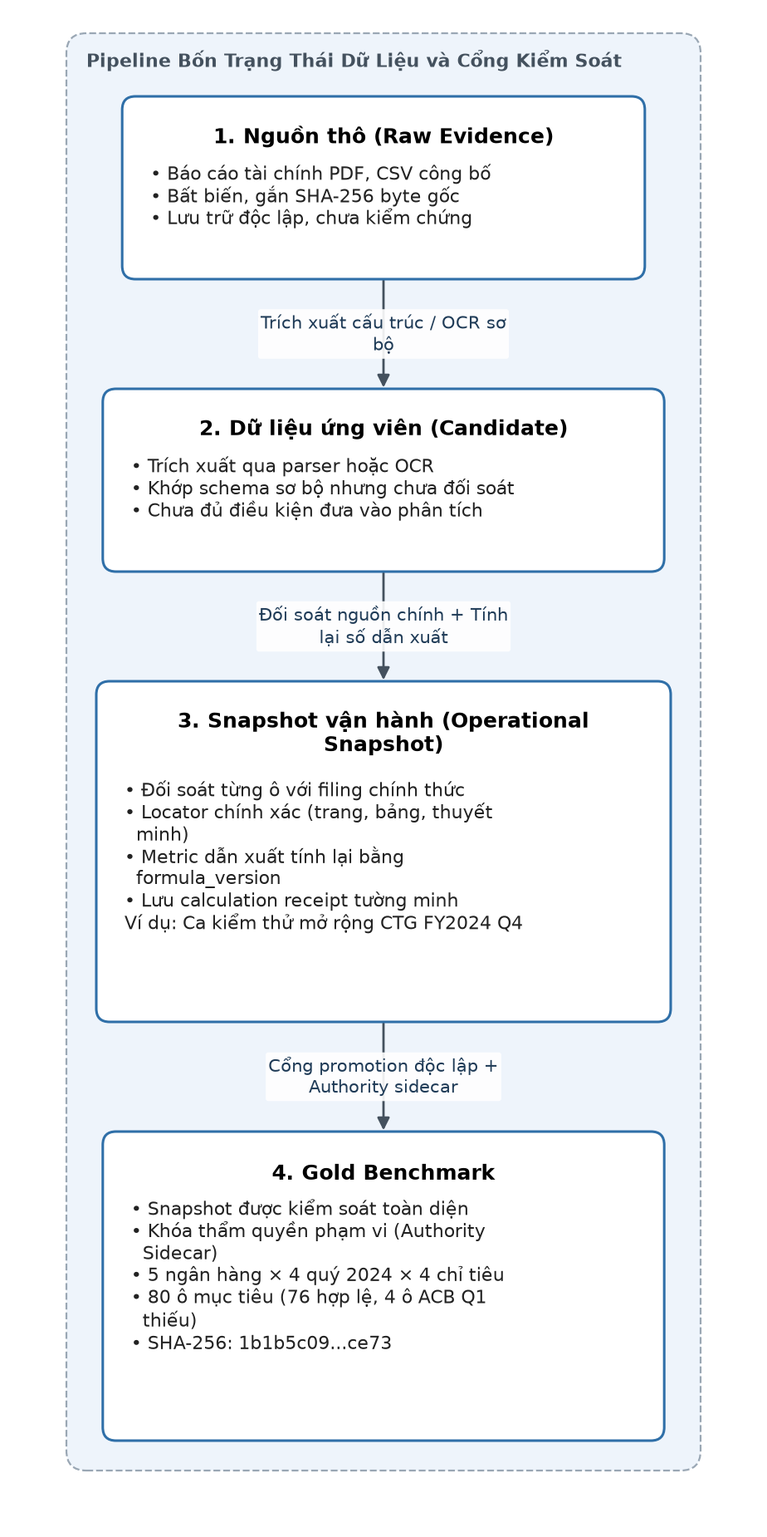
Above: docs/thesis-v2/figures/hinh-3-2-pipeline-du-lieu.png in thaicuong576/final-thesis (Mermaid), before the change. Its source is kept beside it as docs/thesis-v2/figures/hinh-3-2-pipeline-du-lieu.mmd. Its diagram source:
```mermaid
flowchart LR
    subgraph DataPipeline ["Pipeline Bốn Trạng Thái Dữ Liệu và Cổng Kiểm Soát"]
        direction TB

        Raw["<b>1. Nguồn thô (Raw Evidence)</b><br/>• Báo cáo tài chính PDF, CSV công bố<br/>• Bất biến, gắn SHA-256 byte gốc<br/>• Lưu trữ độc lập, chưa kiểm chứng"]

        Candidate["<b>2. Dữ liệu ứng viên (Candidate)</b><br/>• Trích xuất qua parser hoặc OCR<br/>• Khớp schema sơ bộ nhưng chưa đối soát<br/>• Chưa đủ điều kiện đưa vào phân tích"]

        Operational["<b>3. Snapshot vận hành (Operational Snapshot)</b><br/>• Đối soát từng ô với filing chính thức<br/>• Locator chính xác (trang, bảng, thuyết minh)<br/>• Metric dẫn xuất tính lại bằng formula_version<br/>• Lưu calculation receipt tường minh<br/><i>Ví dụ: Ca kiểm thử mở rộng CTG FY2024 Q4</i>"]

        Gold["<b>4. Gold Benchmark</b><br/>• Snapshot được kiểm soát toàn diện<br/>• Khóa thẩm quyền phạm vi (Authority Sidecar)<br/>• 5 ngân hàng × 4 quý 2024 × 4 chỉ tiêu<br/>• 80 ô mục tiêu (76 hợp lệ, 4 ô ACB Q1 thiếu)<br/>• SHA-256: 1b1b5c09...ce73"]

        Raw -->|"Trích xuất cấu trúc / OCR sơ bộ"| Candidate
        Candidate -->|"Đối soát nguồn chính + Tính lại số dẫn xuất"| Operational
        Operational -->|"Cổng promotion độc lập + Authority sidecar"| Gold
    end
```
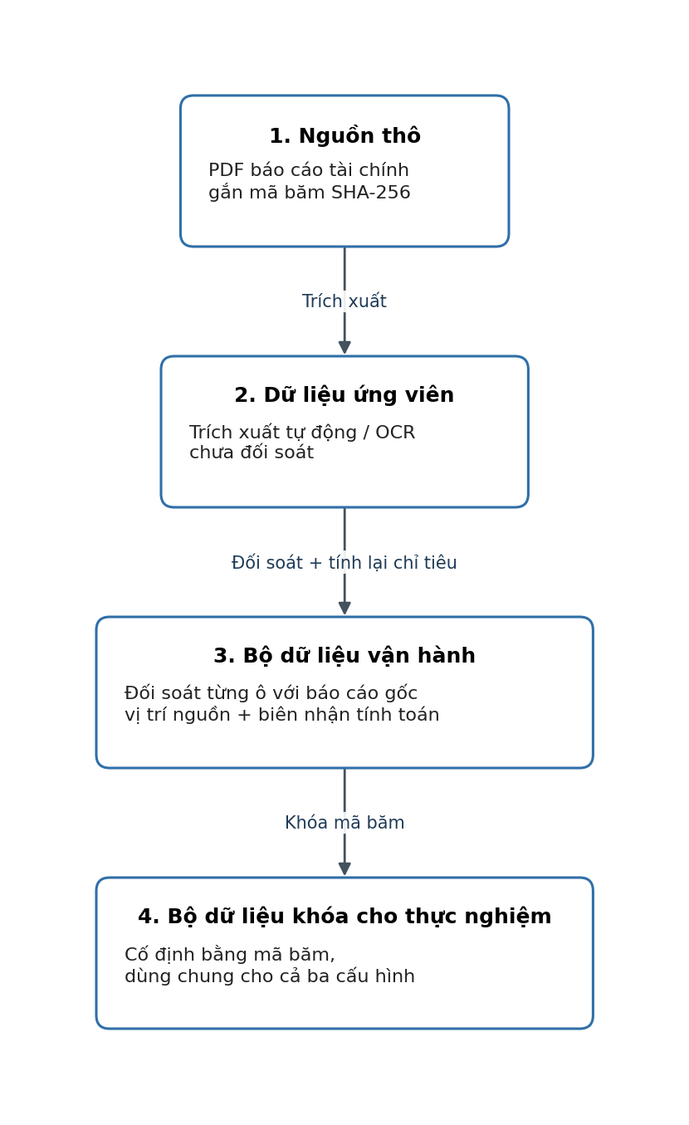
After the change.

Change to the diagram source:
```diff
@@ -1,16 +1,8 @@
 flowchart LR
-    subgraph DataPipeline ["Pipeline Bốn Trạng Thái Dữ Liệu và Cổng Kiểm Soát"]
-        direction TB
-
-        Raw["<b>1. Nguồn thô (Raw Evidence)</b><br/>• Báo cáo tài chính PDF, CSV công bố<br/>• Bất biến, gắn SHA-256 byte gốc<br/>• Lưu trữ độc lập, chưa kiểm chứng"]
-
-        Candidate["<b>2. Dữ liệu ứng viên (Candidate)</b><br/>• Trích xuất qua parser hoặc OCR<br/>• Khớp schema sơ bộ nhưng chưa đối soát<br/>• Chưa đủ điều kiện đưa vào phân tích"]
-
-        Operational["<b>3. Snapshot vận hành (Operational Snapshot)</b><br/>• Đối soát từng ô với filing chính thức<br/>• Locator chính xác (trang, bảng, thuyết minh)<br/>• Metric dẫn xuất tính lại bằng formula_version<br/>• Lưu calculation receipt tường minh<br/><i>Ví dụ: Ca kiểm thử mở rộng CTG FY2024 Q4</i>"]
-
-        Gold["<b>4. Gold Benchmark</b><br/>• Snapshot được kiểm soát toàn diện<br/>• Khóa thẩm quyền phạm vi (Authority Sidecar)<br/>• 5 ngân hàng × 4 quý 2024 × 4 chỉ tiêu<br/>• 80 ô mục tiêu (76 hợp lệ, 4 ô ACB Q1 thiếu)<br/>• SHA-256: 1b1b5c09...ce73"]
-
-        Raw -->|"Trích xuất cấu trúc / OCR sơ bộ"| Candidate
-        Candidate -->|"Đối soát nguồn chính + Tính lại số dẫn xuất"| Operational
-        Operational -->|"Cổng promotion độc lập + Authority sidecar"| Gold
-    end
+    Raw["<b>1. Nguồn thô</b><br/>PDF báo cáo tài chính<br/>gắn mã băm SHA-256"]
+    Candidate["<b>2. Dữ liệu ứng viên</b><br/>Trích xuất tự động / OCR<br/>chưa đối soát"]
+    Operational["<b>3. Bộ dữ liệu vận hành</b><br/>Đối soát từng ô với báo cáo gốc<br/>vị trí nguồn + biên nhận tính toán"]
+    Locked["<b>4. Bộ dữ liệu khóa cho thực nghiệm</b><br/>Cố định bằng mã băm,<br/>dùng chung cho cả ba cấu hình"]
+    Raw -->|"Trích xuất"| Candidate
+    Candidate -->|"Đối soát + tính lại chỉ tiêu"| Operational
+    Operational -->|"Khóa mã băm"| Locked
```
